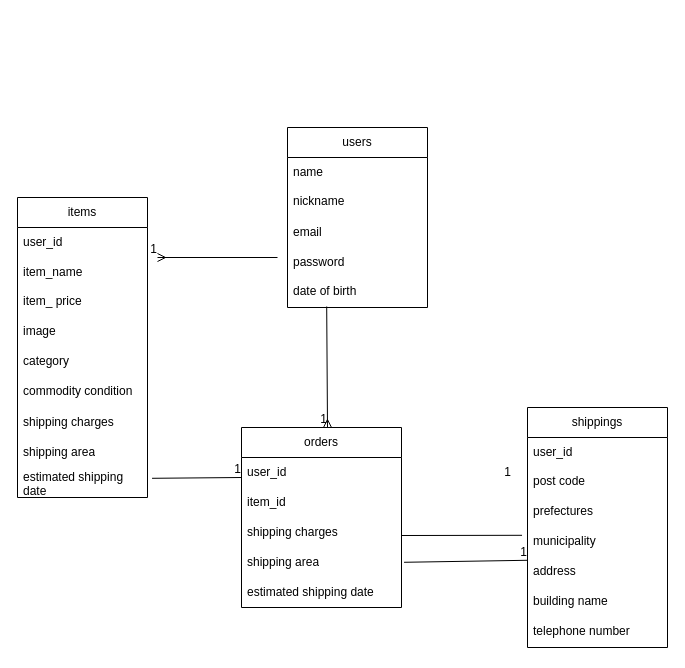
oberiberi/furima-39317 keeps this draw.io diagram as .dio. Above is the earlier version. Source tidied: cells renumbered, new cells numbered last; positions are measured from the earlier drawing's top-left corner, leaving out a move shared by most shapes. Both pictures are drawn from the tidied source at 100%, with x=0, y=0 at pixel (17, 127).
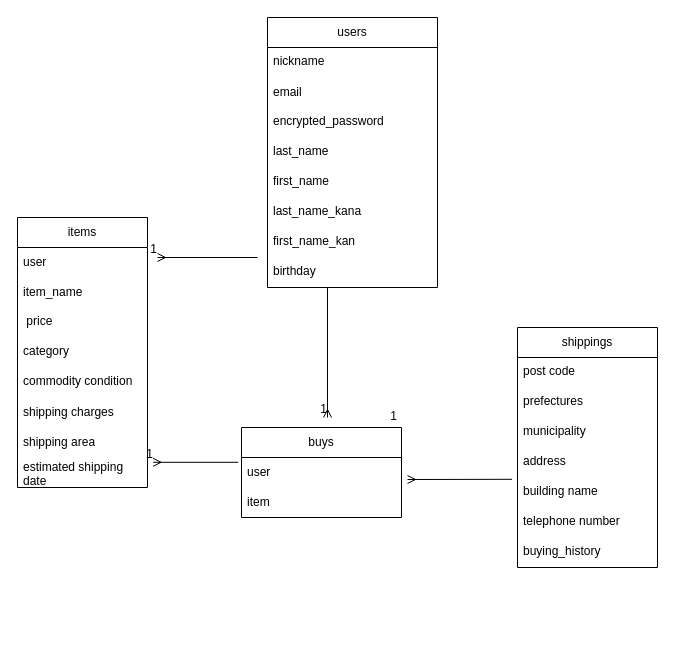
After the change.

Commit message (it also covers changes not shown here):
データベース設計　修正２

Change to the diagram source:
```diff
@@
     <mxCell id="2" value="shippings" style="swimlane;fontStyle=0;horizontal=1;startSize=30;whiteSpace=wrap;html=1;" parent="1" vertex="1">
-      <mxGeometry x="510" y="280" width="140" height="240" as="geometry" />
+      <mxGeometry x="500" y="200" width="140" height="240" as="geometry" />
     </mxCell>
-    <mxCell id="3" value="user_id" style="text;strokeColor=none;fillColor=none;align=left;verticalAlign=middle;spacingLeft=4;spacingRight=4;overflow=hidden;whiteSpace=wrap;html=1;" parent="2" vertex="1">
-      <mxGeometry y="30" width="140" height="30" as="geometry" />
-    </mxCell>
     <mxCell id="4" value="post code" style="text;strokeColor=none;fillColor=none;spacingLeft=4;spacingRight=4;overflow=hidden;fontSize=12;" parent="2" vertex="1">
-      <mxGeometry y="60" width="140" height="30" as="geometry" />
+      <mxGeometry y="30" width="140" height="30" as="geometry" />
     </mxCell>
     <mxCell id="5" value="prefectures" style="text;strokeColor=none;fillColor=none;spacingLeft=4;spacingRight=4;overflow=hidden;fontSize=12;" parent="2" vertex="1">
-      <mxGeometry y="90" width="140" height="30" as="geometry" />
+      <mxGeometry y="60" width="140" height="30" as="geometry" />
     </mxCell>
-    <mxCell id="6" value="municipality" style="text;strokeColor=none;fillColor=none;spacingLeft=4;spacingRight=4;overflow=hidden;points=[[0,0.5],[1,0.5]];portConstraint=eastwest;fontSize=12;" parent="2" vertex="1">
-      <mxGeometry y="120" width="140" height="30" as="geometry" />
+    <mxCell id="6" value="municipality " style="text;strokeColor=none;fillColor=none;spacingLeft=4;spacingRight=4;overflow=hidden;points=[[0,0.5],[1,0.5]];portConstraint=eastwest;fontSize=12;" parent="2" vertex="1">
+      <mxGeometry y="90" width="140" height="30" as="geometry" />
     </mxCell>
     <mxCell id="7" value="address" style="text;strokeColor=none;fillColor=none;spacingLeft=4;spacingRight=4;overflow=hidden;points=[[0,0.5],[1,0.5]];portConstraint=eastwest;fontSize=12;" parent="2" vertex="1">
-      <mxGeometry y="150" width="140" height="30" as="geometry" />
+      <mxGeometry y="120" width="140" height="30" as="geometry" />
     </mxCell>
     <mxCell id="8" value="building name" style="text;strokeColor=none;fillColor=none;spacingLeft=4;spacingRight=4;overflow=hidden;points=[[0,0.5],[1,0.5]];portConstraint=eastwest;fontSize=12;" parent="2" vertex="1">
-      <mxGeometry y="180" width="140" height="30" as="geometry" />
+      <mxGeometry y="150" width="140" height="30" as="geometry" />
     </mxCell>
     <mxCell id="9" value="telephone number" style="text;strokeColor=none;fillColor=none;spacingLeft=4;spacingRight=4;overflow=hidden;fontSize=12;" parent="2" vertex="1">
-      <mxGeometry y="210" width="140" height="30" as="geometry" />
+      <mxGeometry y="180" width="140" height="30" as="geometry" />
     </mxCell>
+    <mxCell id="43" value="buying_history" style="text;strokeColor=none;fillColor=none;spacingLeft=4;spacingRight=4;overflow=hidden;fontSize=12;" parent="2" vertex="1">
+      <mxGeometry y="210" width="140" height="30" as="geometry" />
+    </mxCell>
@@
     <mxCell id="11" value="items" style="swimlane;fontStyle=0;horizontal=1;startSize=30;whiteSpace=wrap;html=1;" parent="1" vertex="1">
-      <mxGeometry y="70" width="130" height="300" as="geometry" />
+      <mxGeometry y="90" width="130" height="270" as="geometry" />
     </mxCell>
-    <mxCell id="12" value="user_id" style="text;strokeColor=none;fillColor=none;align=left;verticalAlign=middle;spacingLeft=4;spacingRight=4;overflow=hidden;whiteSpace=wrap;html=1;" parent="11" vertex="1">
+    <mxCell id="12" value="user" style="text;strokeColor=none;fillColor=none;align=left;verticalAlign=middle;spacingLeft=4;spacingRight=4;overflow=hidden;whiteSpace=wrap;html=1;" parent="11" vertex="1">
       <mxGeometry y="30" width="130" height="30" as="geometry" />
     </mxCell>
@@
-    <mxCell id="14" value="item_ price" style="text;strokeColor=none;fillColor=none;spacingLeft=4;spacingRight=4;overflow=hidden;fontSize=12;" parent="11" vertex="1">
+    <mxCell id="14" value=" price" style="text;strokeColor=none;fillColor=none;spacingLeft=4;spacingRight=4;overflow=hidden;fontSize=12;" parent="11" vertex="1">
       <mxGeometry y="90" width="130" height="30" as="geometry" />
     </mxCell>
-    <mxCell id="15" value="image" style="text;strokeColor=none;fillColor=none;spacingLeft=4;spacingRight=4;overflow=hidden;fontSize=12;" parent="11" vertex="1">
-      <mxGeometry y="120" width="130" height="30" as="geometry" />
-    </mxCell>
     <mxCell id="16" value="category" style="text;strokeColor=none;fillColor=none;spacingLeft=4;spacingRight=4;overflow=hidden;fontSize=12;" parent="11" vertex="1">
-      <mxGeometry y="150" width="130" height="30" as="geometry" />
+      <mxGeometry y="120" width="130" height="30" as="geometry" />
     </mxCell>
     <mxCell id="17" value="commodity condition" style="text;strokeColor=none;fillColor=none;spacingLeft=4;spacingRight=4;overflow=hidden;fontSize=12;" parent="11" vertex="1">
-      <mxGeometry y="180" width="130" height="30" as="geometry" />
+      <mxGeometry y="150" width="130" height="30" as="geometry" />
     </mxCell>
     <mxCell id="18" value="shipping charges" style="text;strokeColor=none;fillColor=none;align=left;verticalAlign=middle;spacingLeft=4;spacingRight=4;overflow=hidden;whiteSpace=wrap;html=1;" parent="11" vertex="1">
-      <mxGeometry y="210" width="130" height="30" as="geometry" />
+      <mxGeometry y="180" width="130" height="30" as="geometry" />
     </mxCell>
     <mxCell id="19" value="shipping area" style="text;strokeColor=none;fillColor=none;align=left;verticalAlign=middle;spacingLeft=4;spacingRight=4;overflow=hidden;whiteSpace=wrap;html=1;" parent="11" vertex="1">
-      <mxGeometry y="240" width="130" height="30" as="geometry" />
+      <mxGeometry y="210" width="130" height="30" as="geometry" />
     </mxCell>
     <mxCell id="20" value="estimated shipping date" style="text;strokeColor=none;fillColor=none;align=left;verticalAlign=middle;spacingLeft=4;spacingRight=4;overflow=hidden;points=[[0,0.5],[1,0.5]];portConstraint=eastwest;whiteSpace=wrap;html=1;" parent="11" vertex="1">
-      <mxGeometry y="270" width="130" height="30" as="geometry" />
+      <mxGeometry y="240" width="130" height="30" as="geometry" />
     </mxCell>
     <mxCell id="21" value="users" style="swimlane;fontStyle=0;horizontal=1;startSize=30;whiteSpace=wrap;html=1;" parent="1" vertex="1">
-      <mxGeometry x="270" width="140" height="180" as="geometry" />
+      <mxGeometry x="250" y="-110" width="170" height="270" as="geometry" />
     </mxCell>
-    <mxCell id="22" value="name" style="text;strokeColor=none;fillColor=none;align=left;verticalAlign=middle;spacingLeft=4;spacingRight=4;overflow=hidden;whiteSpace=wrap;html=1;" parent="21" vertex="1">
-      <mxGeometry y="30" width="140" height="30" as="geometry" />
-    </mxCell>
     <mxCell id="23" value="nickname" style="text;strokeColor=none;fillColor=none;spacingLeft=4;spacingRight=4;overflow=hidden;fontSize=12;" parent="21" vertex="1">
-      <mxGeometry y="60" width="140" height="30" as="geometry" />
+      <mxGeometry y="30" width="170" height="30" as="geometry" />
     </mxCell>
     <mxCell id="24" value="email" style="text;strokeColor=none;fillColor=none;align=left;verticalAlign=middle;spacingLeft=4;spacingRight=4;overflow=hidden;whiteSpace=wrap;html=1;" parent="21" vertex="1">
-      <mxGeometry y="90" width="140" height="30" as="geometry" />
+      <mxGeometry y="60" width="170" height="30" as="geometry" />
     </mxCell>
-    <mxCell id="25" value="password" style="text;strokeColor=none;fillColor=none;align=left;verticalAlign=middle;spacingLeft=4;spacingRight=4;overflow=hidden;whiteSpace=wrap;html=1;" parent="21" vertex="1">
-      <mxGeometry y="120" width="140" height="30" as="geometry" />
-    </mxCell>
-    <mxCell id="26" value="date of birth" style="text;strokeColor=none;fillColor=none;spacingLeft=4;spacingRight=4;overflow=hidden;points=[[0,0.5],[1,0.5]];portConstraint=eastwest;fontSize=12;" parent="21" vertex="1">
-      <mxGeometry y="150" width="140" height="30" as="geometry" />
-    </mxCell>
+    <mxCell id="44" value="encrypted_password" style="text;strokeColor=none;fillColor=none;spacingLeft=4;spacingRight=4;overflow=hidden;fontSize=12;" parent="21" vertex="1">
+      <mxGeometry y="90" width="170" height="30" as="geometry" />
+    </mxCell>
+    <mxCell id="45" value="last_name" style="text;strokeColor=none;fillColor=none;spacingLeft=4;spacingRight=4;overflow=hidden;fontSize=12;" parent="21" vertex="1">
+      <mxGeometry y="120" width="170" height="30" as="geometry" />
+    </mxCell>
+    <mxCell id="46" value="first_name" style="text;strokeColor=none;fillColor=none;spacingLeft=4;spacingRight=4;overflow=hidden;fontSize=12;" parent="21" vertex="1">
+      <mxGeometry y="150" width="170" height="30" as="geometry" />
+    </mxCell>
+    <mxCell id="47" value="last_name_kana" style="text;strokeColor=none;fillColor=none;spacingLeft=4;spacingRight=4;overflow=hidden;fontSize=12;" parent="21" vertex="1">
+      <mxGeometry y="180" width="170" height="30" as="geometry" />
+    </mxCell>
+    <mxCell id="48" value="first_name_kan" style="text;strokeColor=none;fillColor=none;spacingLeft=4;spacingRight=4;overflow=hidden;fontSize=12;" parent="21" vertex="1">
+      <mxGeometry y="210" width="170" height="30" as="geometry" />
+    </mxCell>
+    <mxCell id="49" value="birthday " style="text;strokeColor=none;fillColor=none;spacingLeft=4;spacingRight=4;overflow=hidden;fontSize=12;" parent="21" vertex="1">
+      <mxGeometry y="240" width="170" height="30" as="geometry" />
+    </mxCell>
-    <mxCell id="27" value="orders" style="swimlane;fontStyle=0;horizontal=1;startSize=30;whiteSpace=wrap;html=1;" parent="1" vertex="1">
-      <mxGeometry x="224" y="300" width="160" height="180" as="geometry" />
+    <mxCell id="27" value="buys" style="swimlane;fontStyle=0;horizontal=1;startSize=30;whiteSpace=wrap;html=1;" parent="1" vertex="1">
+      <mxGeometry x="224" y="300" width="160" height="90" as="geometry" />
     </mxCell>
-    <mxCell id="28" value="user_id" style="text;strokeColor=none;fillColor=none;align=left;verticalAlign=middle;spacingLeft=4;spacingRight=4;overflow=hidden;points=[[0,0.5],[1,0.5]];portConstraint=eastwest;whiteSpace=wrap;html=1;" parent="27" vertex="1">
+    <mxCell id="28" value="user" style="text;strokeColor=none;fillColor=none;align=left;verticalAlign=middle;spacingLeft=4;spacingRight=4;overflow=hidden;points=[[0,0.5],[1,0.5]];portConstraint=eastwest;whiteSpace=wrap;html=1;" parent="27" vertex="1">
       <mxGeometry y="30" width="160" height="30" as="geometry" />
     </mxCell>
-    <mxCell id="29" value="item_id" style="text;strokeColor=none;fillColor=none;align=left;verticalAlign=middle;spacingLeft=4;spacingRight=4;overflow=hidden;whiteSpace=wrap;html=1;" parent="27" vertex="1">
+    <mxCell id="29" value="item" style="text;strokeColor=none;fillColor=none;align=left;verticalAlign=middle;spacingLeft=4;spacingRight=4;overflow=hidden;whiteSpace=wrap;html=1;" parent="27" vertex="1">
       <mxGeometry y="60" width="160" height="30" as="geometry" />
     </mxCell>
-    <mxCell id="30" value="shipping charges" style="text;strokeColor=none;fillColor=none;align=left;verticalAlign=middle;spacingLeft=4;spacingRight=4;overflow=hidden;points=[[0,0.5],[1,0.5]];portConstraint=eastwest;whiteSpace=wrap;html=1;" parent="27" vertex="1">
-      <mxGeometry y="90" width="160" height="30" as="geometry" />
-    </mxCell>
-    <mxCell id="31" value="shipping area" style="text;strokeColor=none;fillColor=none;align=left;verticalAlign=middle;spacingLeft=4;spacingRight=4;overflow=hidden;points=[[0,0.5],[1,0.5]];portConstraint=eastwest;whiteSpace=wrap;html=1;" parent="27" vertex="1">
-      <mxGeometry y="120" width="160" height="30" as="geometry" />
-    </mxCell>
-    <mxCell id="32" value="estimated shipping date" style="text;strokeColor=none;fillColor=none;align=left;verticalAlign=middle;spacingLeft=4;spacingRight=4;overflow=hidden;whiteSpace=wrap;html=1;" parent="27" vertex="1">
-      <mxGeometry y="150" width="160" height="30" as="geometry" />
-    </mxCell>
-    <mxCell id="33" style="endArrow=ERmany;html=1;rounded=0;exitX=0.28;exitY=0.967;exitDx=0;exitDy=0;exitPerimeter=0;endFill=0;" parent="1" edge="1" source="26">
+    <mxCell id="33" style="endArrow=ERmany;html=1;rounded=0;endFill=0;" parent="1" edge="1">
       <mxGeometry relative="1" as="geometry">
-        <mxPoint x="310" y="300" as="targetPoint" />
+        <mxPoint x="310" y="160" as="sourcePoint" />
+        <mxPoint x="310" y="290" as="targetPoint" />
       </mxGeometry>
     </mxCell>
@@
     <mxCell id="35" style="endArrow=ERmany;html=1;rounded=0;endFill=0;" parent="1" edge="1">
       <mxGeometry relative="1" as="geometry">
-        <mxPoint x="260" y="130" as="sourcePoint" />
+        <mxPoint x="240" y="130" as="sourcePoint" />
         <mxPoint x="140" y="130" as="targetPoint" />
       </mxGeometry>
     </mxCell>
@@
-    <mxCell id="37" style="endArrow=none;html=1;rounded=0;entryX=-0.003;entryY=0.093;entryDx=0;entryDy=0;entryPerimeter=0;exitX=1.016;exitY=0.493;exitDx=0;exitDy=0;exitPerimeter=0;" parent="1" edge="1" source="31" target="7">
-      <mxGeometry relative="1" as="geometry" />
-    </mxCell>
-    <mxCell id="38" value="1" style="html=1;align=right;verticalAlign=bottom;" parent="37" vertex="1">
-      <mxGeometry x="1" relative="1" as="geometry" />
-    </mxCell>
-    <mxCell id="39" style="endArrow=none;html=1;rounded=0;entryX=-0.039;entryY=0.26;entryDx=0;entryDy=0;entryPerimeter=0;exitX=1.001;exitY=0.6;exitDx=0;exitDy=0;exitPerimeter=0;" parent="1" edge="1" source="30" target="6">
-      <mxGeometry relative="1" as="geometry" />
+    <mxCell id="39" style="endArrow=ERmany;html=1;rounded=0;endFill=0;exitX=-0.039;exitY=0.06;exitDx=0;exitDy=0;exitPerimeter=0;" parent="1" edge="1" source="8">
+      <mxGeometry relative="1" as="geometry">
+        <mxPoint x="390" y="352" as="targetPoint" />
+      </mxGeometry>
     </mxCell>
@@
-    <mxCell id="41" style="endArrow=none;html=1;rounded=0;exitX=1.035;exitY=0.36;exitDx=0;exitDy=0;exitPerimeter=0;" parent="1" edge="1" source="20">
-      <mxGeometry relative="1" as="geometry">
-        <mxPoint x="224" y="350" as="targetPoint" />
-      </mxGeometry>
+    <mxCell id="41" style="endArrow=ERmany;html=1;rounded=0;exitX=-0.021;exitY=0.16;exitDx=0;exitDy=0;exitPerimeter=0;endFill=0;entryX=1.043;entryY=0.16;entryDx=0;entryDy=0;entryPerimeter=0;" parent="1" edge="1" source="28" target="20">
+      <mxGeometry relative="1" as="geometry" />
     </mxCell>
```
